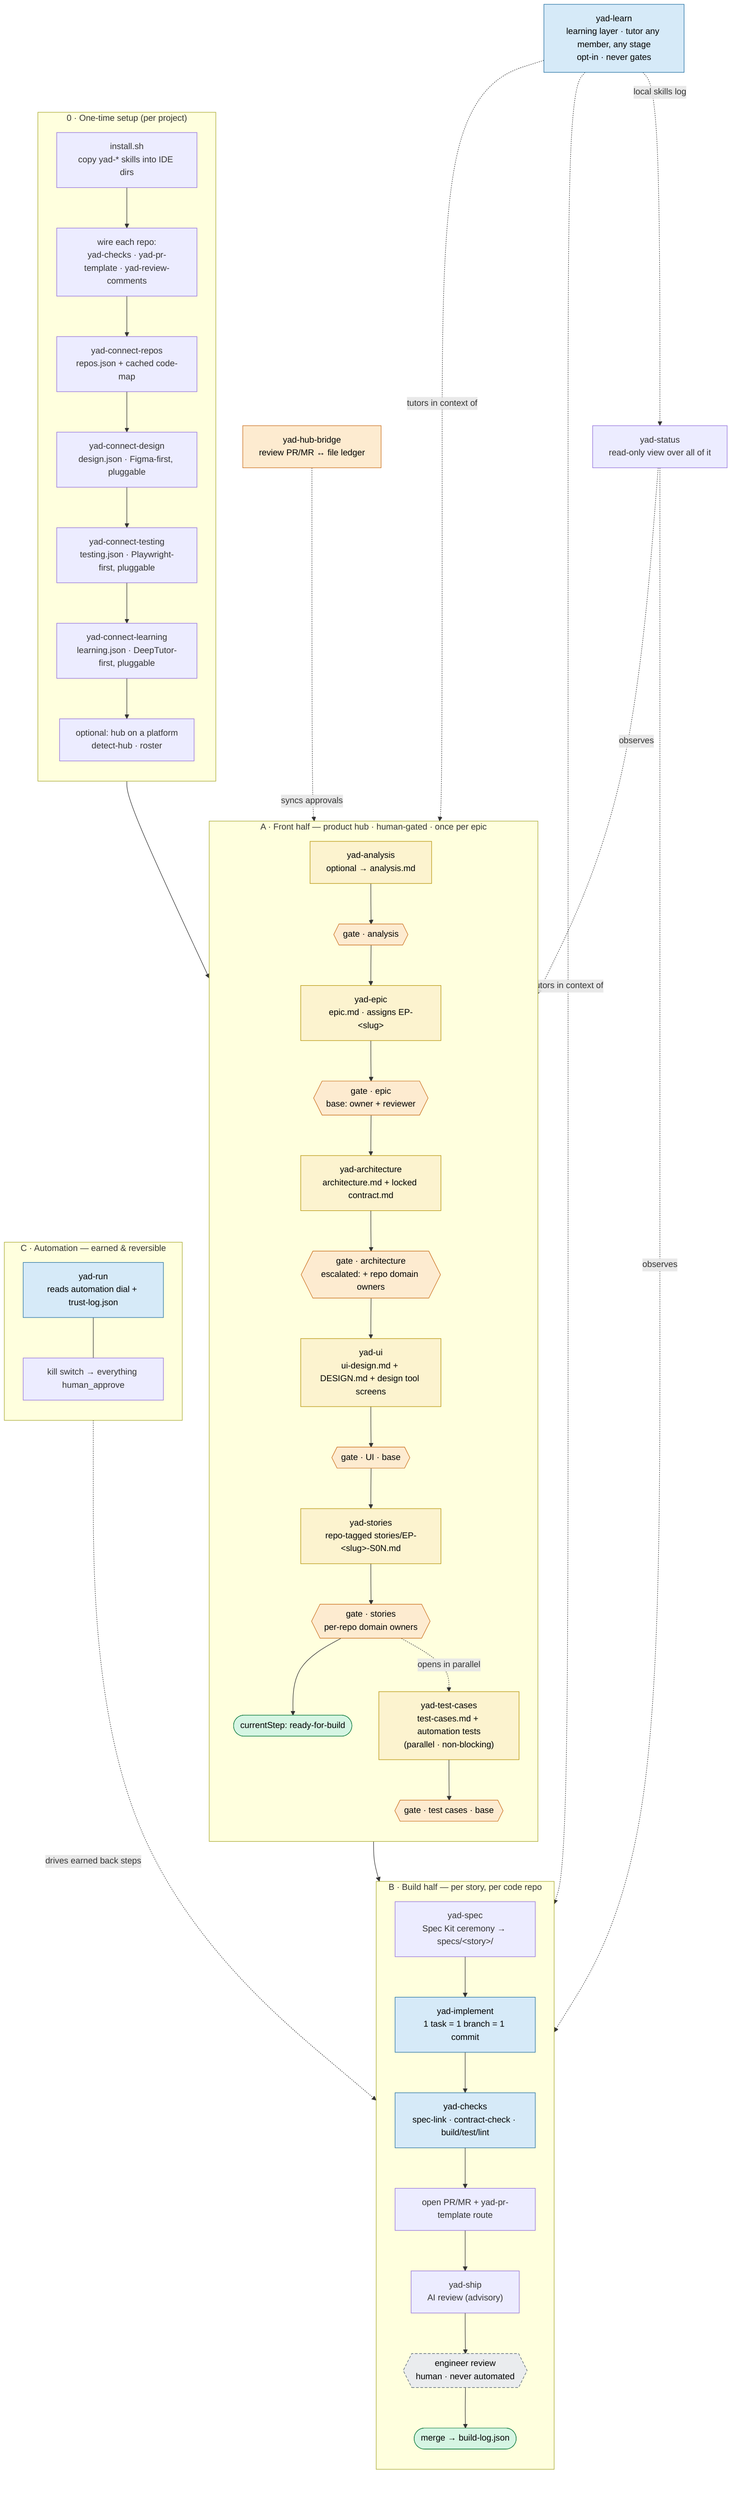
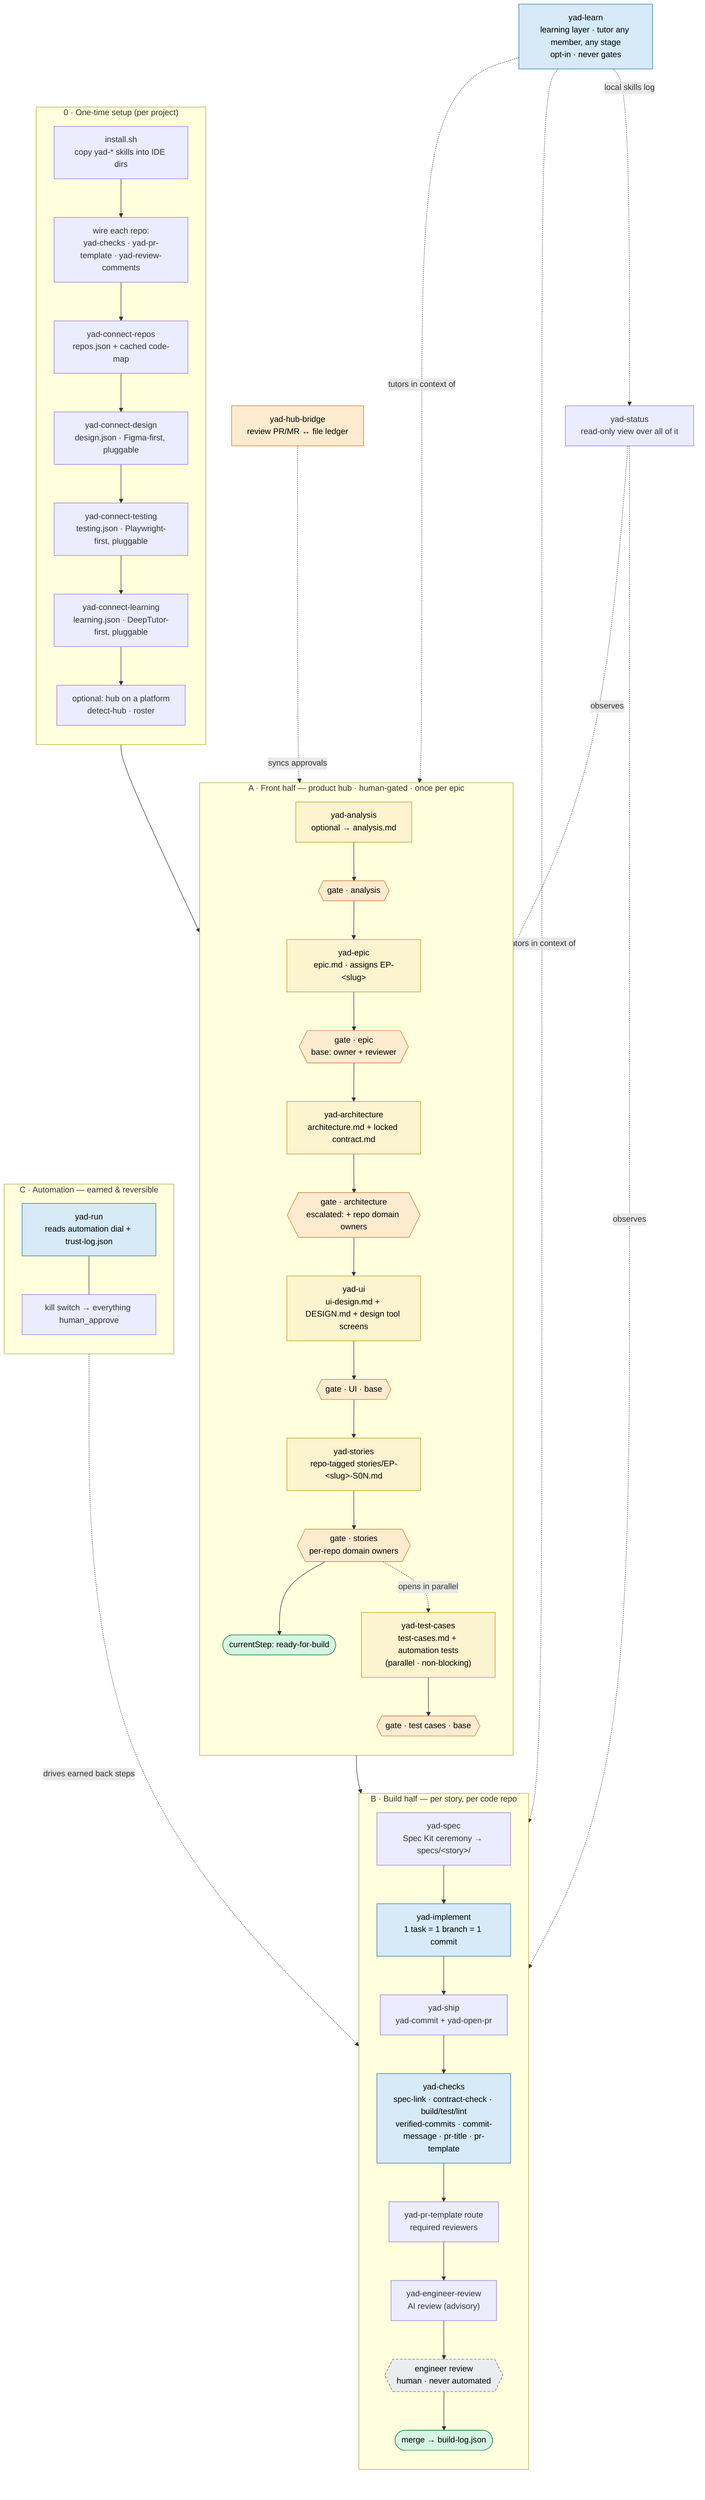
flowchart TD
    classDef gated fill:#fdebd0,stroke:#ca6f1e,color:#000
    classDef earns fill:#d6eaf8,stroke:#2471a3,color:#000
    classDef locked fill:#eaecee,stroke:#566573,color:#000,stroke-dasharray:5 3
    classDef artifact fill:#fcf3cf,stroke:#b7950b,color:#000
    classDef sentinel fill:#d5f5e3,stroke:#1e8449,color:#000

    subgraph SETUP["0 · One-time setup (per project)"]
      direction TB
      inst["install.sh<br/>copy yad-* skills into IDE dirs"]
      wire["wire each repo:<br/>yad-checks · yad-pr-template · yad-review-comments"]
      conn["yad-connect-repos<br/>repos.json + cached code-map"]
      cdes["yad-connect-design<br/>design.json · Figma-first, pluggable"]
      ctest["yad-connect-testing<br/>testing.json · Playwright-first, pluggable"]
      clearn["yad-connect-learning<br/>learning.json · DeepTutor-first, pluggable"]
      phub["optional: hub on a platform<br/>detect-hub · roster"]
      inst --> wire --> conn --> cdes --> ctest --> clearn --> phub
    end

    subgraph FRONT["A · Front half — product hub · human-gated · once per epic"]
      direction TB
      an["yad-analysis<br/>optional → analysis.md"]:::artifact
      ep["yad-epic<br/>epic.md · assigns EP-&lt;slug&gt;"]:::artifact
      ar["yad-architecture<br/>architecture.md + locked contract.md"]:::artifact
      ui["yad-ui<br/>ui-design.md + DESIGN.md + design tool screens"]:::artifact
      st["yad-stories<br/>repo-tagged stories/EP-&lt;slug&gt;-S0N.md"]:::artifact
      tc["yad-test-cases<br/>test-cases.md + automation tests<br/>(parallel · non-blocking)"]:::artifact
      gAn{{"gate · analysis"}}:::gated
      gEp{{"gate · epic<br/>base: owner + reviewer"}}:::gated
      gAr{{"gate · architecture<br/>escalated: + repo domain owners"}}:::gated
      gUi{{"gate · UI · base"}}:::gated
      gSt{{"gate · stories<br/>per-repo domain owners"}}:::gated
      gTc{{"gate · test cases · base"}}:::gated
      rfb(["currentStep: ready-for-build"]):::sentinel
      an --> gAn --> ep --> gEp --> ar --> gAr --> ui --> gUi --> st --> gSt --> rfb
      gSt -. opens in parallel .-> tc --> gTc
    end

    subgraph BUILD["B · Build half — per story, per code repo"]
      direction TB
      sp["yad-spec<br/>Spec Kit ceremony → specs/&lt;story&gt;/"]
      im["yad-implement<br/>1 task = 1 branch = 1 commit"]:::earns
-       ck["yad-checks<br/>spec-link · contract-check · build/test/lint"]:::earns
-       prm["open PR/MR + yad-pr-template route"]
-       shp["yad-ship<br/>AI review (advisory)"]
+       shp["yad-ship<br/>yad-commit + yad-open-pr"]
+       ck["yad-checks<br/>spec-link · contract-check · build/test/lint<br/>verified-commits · commit-message · pr-title · pr-template"]:::earns
+       prm["yad-pr-template route<br/>required reviewers"]
+       air["yad-engineer-review<br/>AI review (advisory)"]
      eng{{"engineer review<br/>human · never automated"}}:::locked
      merged(["merge → build-log.json"]):::sentinel
-       sp --> im --> ck --> prm --> shp --> eng --> merged
+       sp --> im --> shp --> ck --> prm --> air --> eng --> merged
    end

    subgraph AUTO["C · Automation — earned & reversible"]
      direction TB
      run["yad-run<br/>reads automation dial + trust-log.json"]:::earns
      kill["kill switch → everything human_approve"]
      run --- kill
    end

    phub --> an
    rfb --> sp
    run -. drives earned back steps .-> im
    bridge["yad-hub-bridge<br/>review PR/MR ↔ file ledger"]:::gated
    bridge -. syncs approvals .-> gEp
    status["yad-status<br/>read-only view over all of it"]
    status -. observes .-> FRONT
    status -. observes .-> BUILD
    learn["yad-learn<br/>learning layer · tutor any member, any stage<br/>opt-in · never gates"]:::earns
    learn -. tutors in context of .-> FRONT
    learn -. tutors in context of .-> BUILD
    learn -. local skills log .-> status
